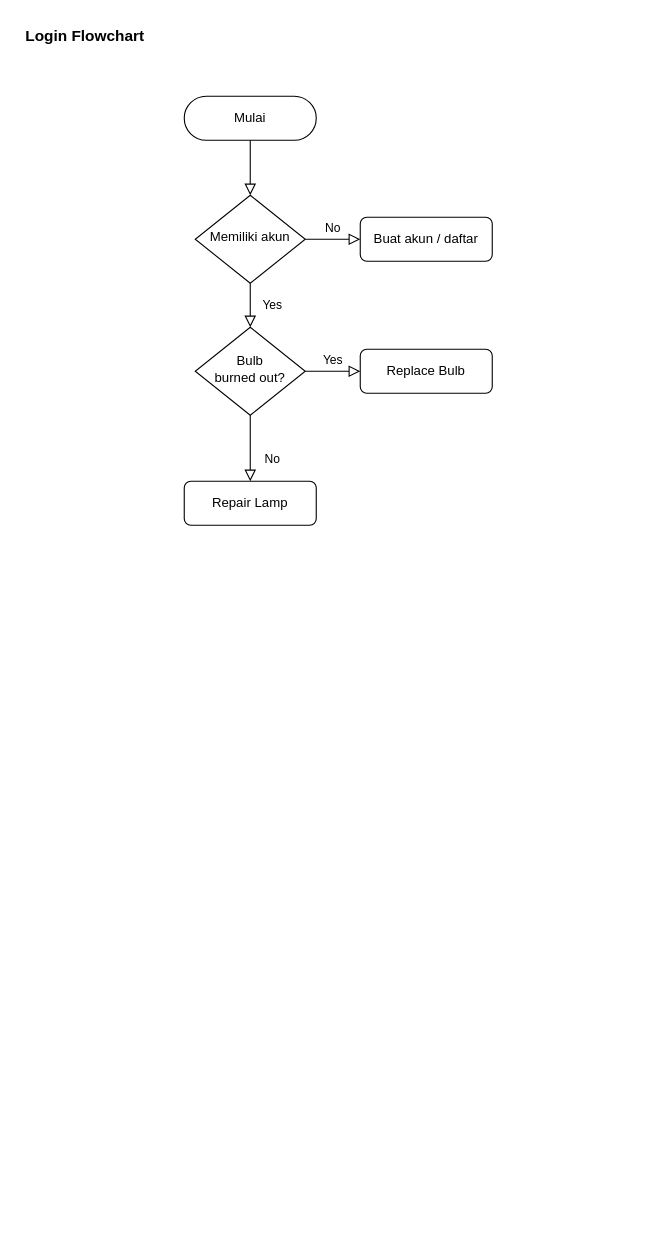
This is Login.drawio from Go-UKK/Flowcart, a draw.io file, before an edit. Source tidied: cells renumbered, new cells numbered last; positions are measured from the earlier drawing's top-left corner, leaving out a move shared by most shapes. Both pictures are drawn from the tidied source at 110%, with x=0, y=0 at pixel (19, 19).
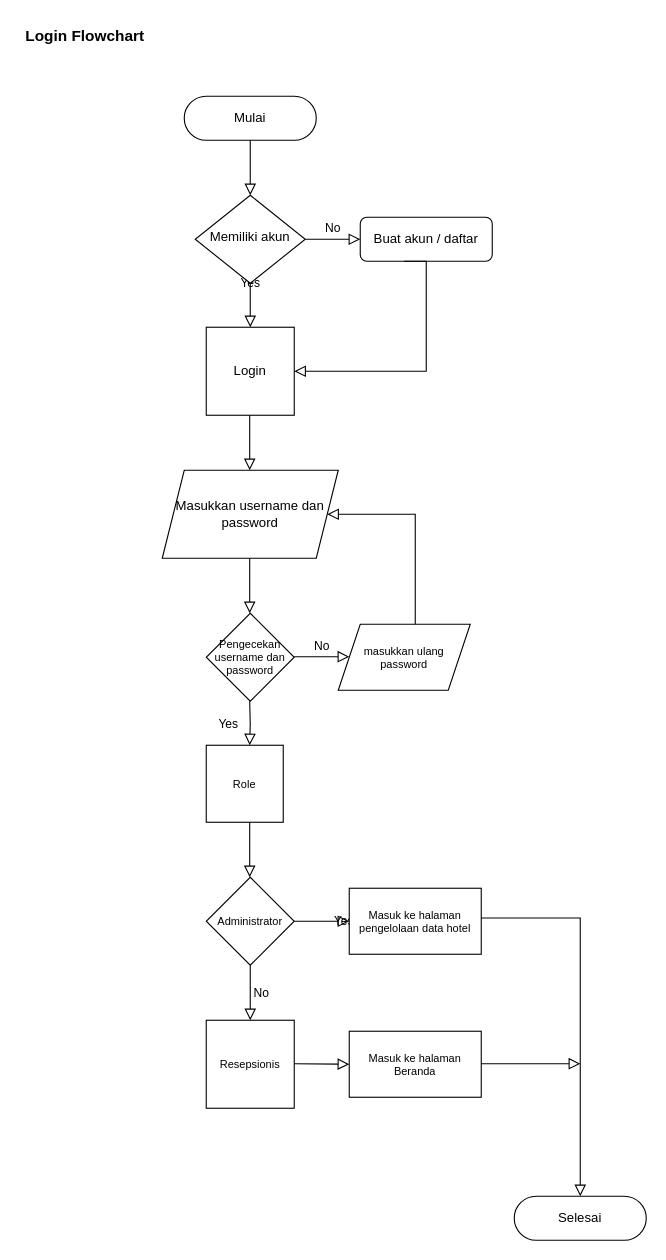
After the change.

Unchanged cells that the change refers to:
```xml
<mxCell id="6" value="Memiliki akun" style="rhombus;whiteSpace=wrap;html=1;shadow=0;fontFamily=Helvetica;fontSize=12;align=center;strokeWidth=1;spacing=6;spacingTop=-4;" parent="1" vertex="1">
  <mxGeometry x="160" y="160" width="100" height="80" as="geometry" />
</mxCell>
```

The edit, as a diff of the source:
```diff
@@
-    <mxCell id="4" value="Yes" style="rounded=0;html=1;jettySize=auto;fontSize=11;endArrow=block;endFill=0;endSize=8;strokeWidth=1;shadow=0;labelBackgroundColor=none;edgeStyle=orthogonalEdgeStyle;" parent="1" edge="1" source="6" target="10">
-      <mxGeometry y="20" relative="1" as="geometry" />
+    <mxCell id="4" value="Yes" style="rounded=0;html=1;jettySize=auto;fontSize=11;endArrow=block;endFill=0;endSize=8;strokeWidth=1;shadow=0;labelBackgroundColor=none;edgeStyle=orthogonalEdgeStyle;" parent="1" edge="1" source="6">
+      <mxGeometry y="20" relative="1" as="geometry">
+        <mxPoint x="210" y="280" as="targetPoint" />
+      </mxGeometry>
     </mxCell>
@@
-    <mxCell id="8" value="No" style="rounded=0;html=1;jettySize=auto;fontSize=11;endArrow=block;endFill=0;endSize=8;strokeWidth=1;shadow=0;labelBackgroundColor=none;edgeStyle=orthogonalEdgeStyle;" parent="1" edge="1" source="10" target="11">
-      <mxGeometry x="0.33" y="20" relative="1" as="geometry" />
-    </mxCell>
-    <mxCell id="9" value="Yes" style="edgeStyle=orthogonalEdgeStyle;rounded=0;html=1;jettySize=auto;fontSize=11;endArrow=block;endFill=0;endSize=8;strokeWidth=1;shadow=0;labelBackgroundColor=none;" parent="1" edge="1" source="10" target="12">
-      <mxGeometry y="10" relative="1" as="geometry" />
-    </mxCell>
-    <mxCell id="10" value="Bulb&lt;br&gt;burned out?" style="rhombus;whiteSpace=wrap;html=1;shadow=0;fontFamily=Helvetica;fontSize=12;align=center;strokeWidth=1;spacing=6;spacingTop=-4;" parent="1" vertex="1">
-      <mxGeometry x="160" y="280" width="100" height="80" as="geometry" />
-    </mxCell>
-    <mxCell id="11" value="Repair Lamp" style="rounded=1;whiteSpace=wrap;html=1;fontSize=12;glass=0;strokeWidth=1;shadow=0;" parent="1" vertex="1">
-      <mxGeometry x="150" y="420" width="120" height="40" as="geometry" />
-    </mxCell>
-    <mxCell id="12" value="Replace Bulb" style="rounded=1;whiteSpace=wrap;html=1;fontSize=12;glass=0;strokeWidth=1;shadow=0;" parent="1" vertex="1">
-      <mxGeometry x="310" y="300" width="120" height="40" as="geometry" />
-    </mxCell>
@@
+    <mxCell id="14" value="Login" style="whiteSpace=wrap;html=1;" parent="1" vertex="1">
+      <mxGeometry x="170" y="280" width="80" height="80" as="geometry" />
+    </mxCell>
+    <mxCell id="15" style="rounded=0;html=1;jettySize=auto;orthogonalLoop=1;fontSize=11;endArrow=block;endFill=0;endSize=8;strokeWidth=1;shadow=0;labelBackgroundColor=none;edgeStyle=orthogonalEdgeStyle;" parent="1" edge="1">
+      <mxGeometry relative="1" as="geometry">
+        <mxPoint x="209.5" y="360" as="sourcePoint" />
+        <mxPoint x="209.5" y="410" as="targetPoint" />
+      </mxGeometry>
+    </mxCell>
+    <mxCell id="16" value="Masukkan username dan password" style="shape=parallelogram;perimeter=parallelogramPerimeter;whiteSpace=wrap;html=1;fixedSize=1;" parent="1" vertex="1">
+      <mxGeometry x="130" y="410" width="160" height="80" as="geometry" />
+    </mxCell>
+    <mxCell id="17" style="rounded=0;html=1;jettySize=auto;orthogonalLoop=1;fontSize=11;endArrow=block;endFill=0;endSize=8;strokeWidth=1;shadow=0;labelBackgroundColor=none;edgeStyle=orthogonalEdgeStyle;" parent="1" edge="1">
+      <mxGeometry relative="1" as="geometry">
+        <mxPoint x="209.5" y="490" as="sourcePoint" />
+        <mxPoint x="209.5" y="540" as="targetPoint" />
+      </mxGeometry>
+    </mxCell>
+    <mxCell id="18" value="Pengecekan username dan password" style="rhombus;whiteSpace=wrap;html=1;fontSize=10;" parent="1" vertex="1">
+      <mxGeometry x="170" y="540" width="80" height="80" as="geometry" />
+    </mxCell>
+    <mxCell id="19" value="Yes" style="rounded=0;html=1;jettySize=auto;orthogonalLoop=1;fontSize=11;endArrow=block;endFill=0;endSize=8;strokeWidth=1;shadow=0;labelBackgroundColor=none;edgeStyle=orthogonalEdgeStyle;" parent="1" edge="1">
+      <mxGeometry y="20" relative="1" as="geometry">
+        <mxPoint x="209.5" y="620" as="sourcePoint" />
+        <mxPoint x="209.5" y="660" as="targetPoint" />
+      </mxGeometry>
+    </mxCell>
+    <mxCell id="20" value="No" style="edgeStyle=orthogonalEdgeStyle;rounded=0;html=1;jettySize=auto;orthogonalLoop=1;fontSize=11;endArrow=block;endFill=0;endSize=8;strokeWidth=1;shadow=0;labelBackgroundColor=none;" parent="1" edge="1">
+      <mxGeometry y="10" relative="1" as="geometry">
+        <mxPoint x="250" y="579.5" as="sourcePoint" />
+        <mxPoint x="300" y="579.5" as="targetPoint" />
+      </mxGeometry>
+    </mxCell>
+    <mxCell id="21" value="masukkan ulang password" style="shape=parallelogram;perimeter=parallelogramPerimeter;whiteSpace=wrap;html=1;fixedSize=1;fontSize=10;" parent="1" vertex="1">
+      <mxGeometry x="290" y="550" width="120" height="60" as="geometry" />
+    </mxCell>
+    <mxCell id="22" style="rounded=0;html=1;jettySize=auto;orthogonalLoop=1;fontSize=11;endArrow=block;endFill=0;endSize=8;strokeWidth=1;shadow=0;labelBackgroundColor=none;edgeStyle=orthogonalEdgeStyle;" parent="1" edge="1">
+      <mxGeometry relative="1" as="geometry">
+        <mxPoint x="360" y="550" as="sourcePoint" />
+        <mxPoint x="280" y="450" as="targetPoint" />
+        <Array as="points">
+          <mxPoint x="360" y="490" />
+          <mxPoint x="360" y="490" />
+        </Array>
+      </mxGeometry>
+    </mxCell>
+    <mxCell id="23" value="Role" style="whiteSpace=wrap;html=1;fontSize=10;" parent="1" vertex="1">
+      <mxGeometry x="170" y="660" width="70" height="70" as="geometry" />
+    </mxCell>
+    <mxCell id="24" style="rounded=0;html=1;jettySize=auto;orthogonalLoop=1;fontSize=11;endArrow=block;endFill=0;endSize=8;strokeWidth=1;shadow=0;labelBackgroundColor=none;edgeStyle=orthogonalEdgeStyle;" parent="1" edge="1">
+      <mxGeometry relative="1" as="geometry">
+        <mxPoint x="209.5" y="730" as="sourcePoint" />
+        <mxPoint x="209.5" y="780" as="targetPoint" />
+      </mxGeometry>
+    </mxCell>
+    <mxCell id="25" value="Administrator" style="rhombus;whiteSpace=wrap;html=1;fontSize=10;" parent="1" vertex="1">
+      <mxGeometry x="170" y="780" width="80" height="80" as="geometry" />
+    </mxCell>
+    <mxCell id="26" value="Yes" style="rounded=0;html=1;jettySize=auto;fontSize=11;endArrow=block;endFill=0;endSize=8;strokeWidth=1;shadow=0;labelBackgroundColor=none;edgeStyle=orthogonalEdgeStyle;exitX=1;exitY=0.5;exitDx=0;exitDy=0;" parent="1" edge="1" source="25">
+      <mxGeometry y="20" relative="1" as="geometry">
+        <mxPoint x="300" y="820" as="targetPoint" />
+      </mxGeometry>
+    </mxCell>
+    <mxCell id="27" value="Masuk ke halaman pengelolaan data hotel" style="rounded=0;whiteSpace=wrap;html=1;fontSize=10;" parent="1" vertex="1">
+      <mxGeometry x="300" y="790" width="120" height="60" as="geometry" />
+    </mxCell>
+    <mxCell id="28" value="No" style="edgeStyle=orthogonalEdgeStyle;rounded=0;html=1;jettySize=auto;orthogonalLoop=1;fontSize=11;endArrow=block;endFill=0;endSize=8;strokeWidth=1;shadow=0;labelBackgroundColor=none;" parent="1" edge="1">
+      <mxGeometry y="10" relative="1" as="geometry">
+        <mxPoint x="210" y="860" as="sourcePoint" />
+        <mxPoint x="210" y="910" as="targetPoint" />
+      </mxGeometry>
+    </mxCell>
+    <mxCell id="29" value="Masuk ke halaman Beranda" style="rounded=0;whiteSpace=wrap;html=1;fontSize=10;" parent="1" vertex="1">
+      <mxGeometry x="300" y="920" width="120" height="60" as="geometry" />
+    </mxCell>
+    <mxCell id="30" style="rounded=0;html=1;jettySize=auto;orthogonalLoop=1;fontSize=11;endArrow=block;endFill=0;endSize=8;strokeWidth=1;shadow=0;labelBackgroundColor=none;edgeStyle=orthogonalEdgeStyle;" parent="1" edge="1">
+      <mxGeometry relative="1" as="geometry">
+        <mxPoint x="420" y="817" as="sourcePoint" />
+        <mxPoint x="510" y="1070" as="targetPoint" />
+        <Array as="points">
+          <mxPoint x="510" y="817" />
+          <mxPoint x="510" y="837" />
+        </Array>
+      </mxGeometry>
+    </mxCell>
+    <mxCell id="31" value="Selesai" style="rounded=1;whiteSpace=wrap;html=1;fontSize=12;glass=0;strokeWidth=1;shadow=0;arcSize=50;" parent="1" vertex="1">
+      <mxGeometry x="450" y="1070" width="120" height="40" as="geometry" />
+    </mxCell>
+    <mxCell id="32" style="rounded=0;html=1;jettySize=auto;orthogonalLoop=1;fontSize=11;endArrow=block;endFill=0;endSize=8;strokeWidth=1;shadow=0;labelBackgroundColor=none;edgeStyle=orthogonalEdgeStyle;exitX=1;exitY=0.5;exitDx=0;exitDy=0;exitPerimeter=0;" parent="1" edge="1">
+      <mxGeometry relative="1" as="geometry">
+        <mxPoint x="420" y="949.5" as="sourcePoint" />
+        <mxPoint x="510" y="949.5" as="targetPoint" />
+      </mxGeometry>
+    </mxCell>
+    <mxCell id="33" value="Resepsionis" style="whiteSpace=wrap;html=1;fontSize=10;" parent="1" vertex="1">
+      <mxGeometry x="170" y="910" width="80" height="80" as="geometry" />
+    </mxCell>
+    <mxCell id="34" style="rounded=0;html=1;jettySize=auto;fontSize=11;endArrow=block;endFill=0;endSize=8;strokeWidth=1;shadow=0;labelBackgroundColor=none;edgeStyle=orthogonalEdgeStyle;exitX=1;exitY=0.5;exitDx=0;exitDy=0;exitPerimeter=0;entryX=0;entryY=0.5;entryDx=0;entryDy=0;" parent="1" edge="1" target="29">
+      <mxGeometry relative="1" as="geometry">
+        <mxPoint x="250" y="949.5" as="sourcePoint" />
+      </mxGeometry>
+    </mxCell>
+    <mxCell id="35" style="rounded=0;html=1;jettySize=auto;fontSize=11;endArrow=block;endFill=0;endSize=8;strokeWidth=1;shadow=0;labelBackgroundColor=none;edgeStyle=orthogonalEdgeStyle;entryX=1;entryY=0.5;entryDx=0;entryDy=0;" parent="1" edge="1" target="14">
+      <mxGeometry relative="1" as="geometry">
+        <mxPoint x="349.7" y="220" as="sourcePoint" />
+        <Array as="points">
+          <mxPoint x="370" y="220" />
+          <mxPoint x="370" y="320" />
+        </Array>
+      </mxGeometry>
+    </mxCell>
```
